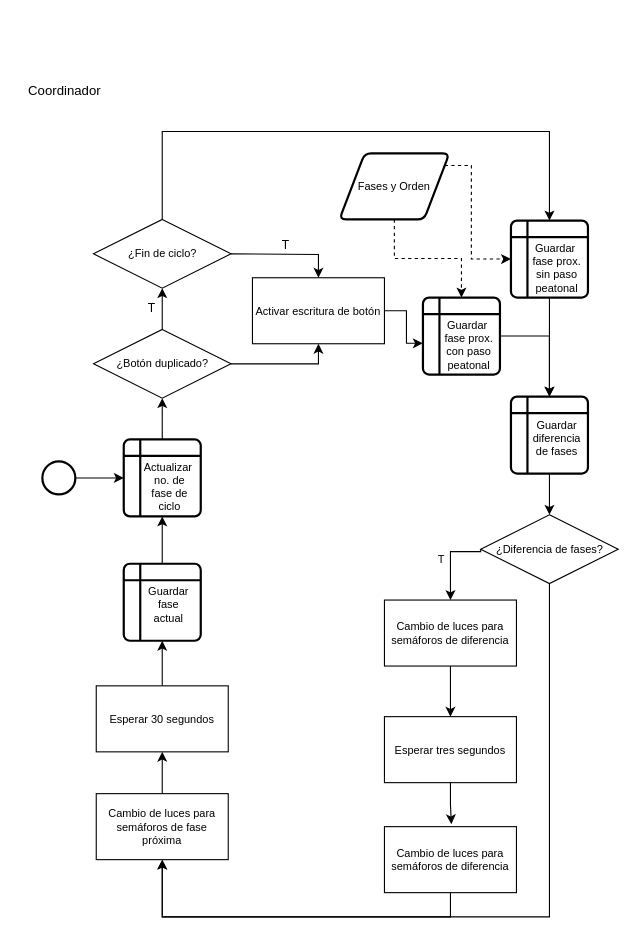
arielarevalo/pi-arquitectura-ensamblador keeps this draw.io diagram as page "Coordinador" (2 of 2) of Design/Resources/diagrama.drawio. Above is the earlier version. Source tidied: cells renumbered, new cells numbered last; positions are measured from the earlier drawing's top-left corner, leaving out a move shared by most shapes. Both pictures are drawn from the tidied source at 110%, with x=0, y=0 at pixel (20, 79).
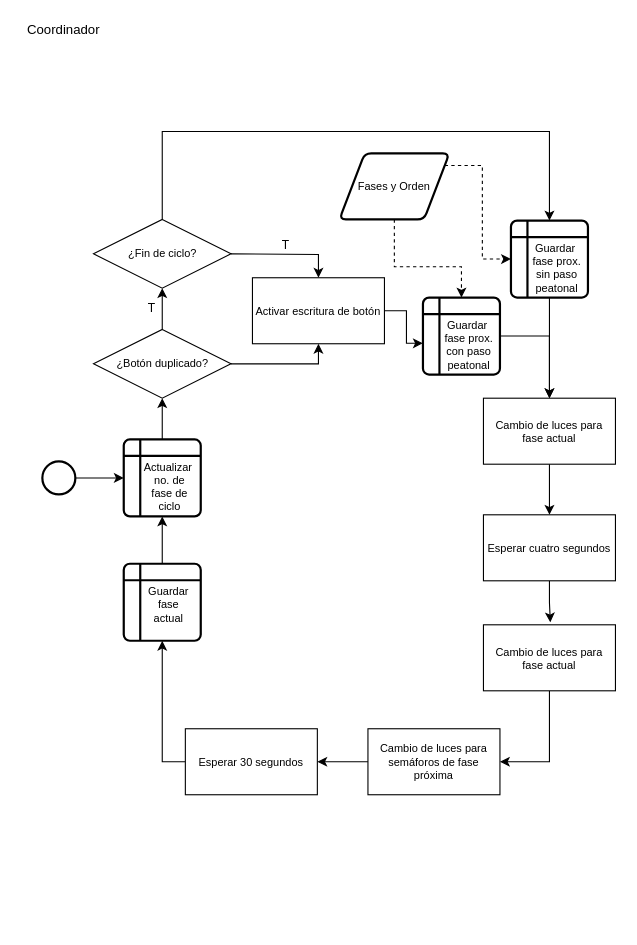
After the change.

Unchanged cells that the change refers to:
```xml
<mxCell id="20" value="Fases y Orden" style="shape=parallelogram;html=1;strokeWidth=2;perimeter=parallelogramPerimeter;whiteSpace=wrap;rounded=1;arcSize=12;size=0.23;fontSize=10;" parent="1" vertex="1">
  <mxGeometry x="290" y="67" width="100" height="60" as="geometry" />
</mxCell>
<mxCell id="24" value="Guardar&lt;br&gt;fase&lt;br&gt;&lt;div&gt;&lt;span&gt;actual&lt;/span&gt;&lt;/div&gt;" style="shape=internalStorage;whiteSpace=wrap;html=1;dx=15;dy=15;rounded=1;arcSize=8;strokeWidth=2;fontSize=10;align=center;verticalAlign=middle;spacingTop=4;spacingLeft=12;" parent="1" vertex="1">
  <mxGeometry x="94" y="440" width="70" height="70" as="geometry" />
</mxCell>
<mxCell id="30" value="&lt;div&gt;Guardar&amp;nbsp;&lt;/div&gt;&lt;div&gt;fase prox.&lt;/div&gt;&lt;div&gt;sin paso&lt;/div&gt;&lt;div&gt;peatonal&lt;/div&gt;" style="shape=internalStorage;whiteSpace=wrap;html=1;dx=15;dy=15;rounded=1;arcSize=8;strokeWidth=2;fontSize=10;align=center;verticalAlign=bottom;spacingRight=5;spacingLeft=19;" parent="1" vertex="1">
  <mxGeometry x="446" y="128" width="70" height="70" as="geometry" />
</mxCell>
<mxCell id="34" value="&lt;div&gt;Guardar&amp;nbsp;&lt;/div&gt;&lt;div&gt;fase prox.&lt;/div&gt;&lt;div&gt;con paso&lt;/div&gt;&lt;div&gt;peatonal&lt;/div&gt;" style="shape=internalStorage;whiteSpace=wrap;html=1;dx=15;dy=15;rounded=1;arcSize=8;strokeWidth=2;fontSize=10;align=center;verticalAlign=bottom;spacingRight=5;spacingLeft=19;" parent="1" vertex="1">
  <mxGeometry x="366" y="198" width="70" height="70" as="geometry" />
</mxCell>
```

The edit, as a diff of the source:
```diff
@@
-    <mxCell id="4" value="T" style="edgeStyle=orthogonalEdgeStyle;rounded=0;jettySize=auto;html=1;fontSize=10;exitX=0;exitY=0.5;exitDx=0;exitDy=0;labelPosition=left;verticalLabelPosition=middle;align=right;verticalAlign=middle;spacingRight=4;entryX=0.5;entryY=0;entryDx=0;entryDy=0;" parent="1" edge="1" source="17" target="12">
-      <mxGeometry relative="1" as="geometry">
-        <Array as="points">
-          <mxPoint x="406" y="429" />
-          <mxPoint x="378" y="429" />
-        </Array>
-      </mxGeometry>
-    </mxCell>
@@
-    <mxCell id="6" value="Esperar tres segundos" style="rounded=0;whiteSpace=wrap;html=1;fontSize=10;" parent="1" vertex="1">
-      <mxGeometry x="331" y="579" width="120" height="60" as="geometry" />
+    <mxCell id="6" value="Esperar cuatro segundos" style="rounded=0;whiteSpace=wrap;html=1;fontSize=10;" parent="1" vertex="1">
+      <mxGeometry x="421" y="395.5" width="120" height="60" as="geometry" />
     </mxCell>
-    <mxCell id="7" style="edgeStyle=orthogonalEdgeStyle;rounded=0;jettySize=auto;html=1;entryX=0.5;entryY=1;entryDx=0;entryDy=0;" parent="1" edge="1" source="8" target="10">
+    <mxCell id="7" style="edgeStyle=orthogonalEdgeStyle;rounded=0;jettySize=auto;html=1;entryX=1;entryY=0.5;entryDx=0;entryDy=0;" parent="1" edge="1" source="8" target="10">
       <mxGeometry relative="1" as="geometry" />
     </mxCell>
     <mxCell id="8" value="&lt;span&gt;Cambio de luces para semáforos de fase próxima&lt;/span&gt;" style="rounded=0;whiteSpace=wrap;html=1;fontSize=10;" parent="1" vertex="1">
-      <mxGeometry x="69" y="649" width="120" height="60" as="geometry" />
+      <mxGeometry x="316" y="590" width="120" height="60" as="geometry" />
     </mxCell>
-    <mxCell id="9" style="edgeStyle=orthogonalEdgeStyle;rounded=0;jettySize=auto;html=1;entryX=0.5;entryY=1;entryDx=0;entryDy=0;fontSize=10;" parent="1" edge="1" source="10" target="24">
+    <mxCell id="9" style="edgeStyle=orthogonalEdgeStyle;rounded=0;jettySize=auto;html=1;entryX=0.5;entryY=1;entryDx=0;entryDy=0;fontSize=10;exitX=0;exitY=0.5;exitDx=0;exitDy=0;" parent="1" edge="1" source="10" target="24">
       <mxGeometry relative="1" as="geometry" />
     </mxCell>
     <mxCell id="10" value="Esperar 30 segundos" style="rounded=0;whiteSpace=wrap;html=1;fontSize=10;" parent="1" vertex="1">
-      <mxGeometry x="69" y="551" width="120" height="60" as="geometry" />
+      <mxGeometry x="150" y="590" width="120" height="60" as="geometry" />
     </mxCell>
@@
-    <mxCell id="12" value="Cambio de luces para semáforos de diferencia" style="rounded=0;whiteSpace=wrap;html=1;fontSize=10;" parent="1" vertex="1">
-      <mxGeometry x="331" y="473" width="120" height="60" as="geometry" />
+    <mxCell id="12" value="Cambio de luces para fase actual" style="rounded=0;whiteSpace=wrap;html=1;fontSize=10;" parent="1" vertex="1">
+      <mxGeometry x="421" y="289.5" width="120" height="60" as="geometry" />
     </mxCell>
@@
-    <mxCell id="16" style="edgeStyle=orthogonalEdgeStyle;rounded=0;jettySize=auto;html=1;entryX=0.5;entryY=1;entryDx=0;entryDy=0;" parent="1" edge="1" source="17" target="8">
-      <mxGeometry relative="1" as="geometry">
-        <Array as="points">
-          <mxPoint x="481" y="761" />
-          <mxPoint x="129" y="761" />
-        </Array>
-      </mxGeometry>
-    </mxCell>
-    <mxCell id="17" value="¿Diferencia de fases?" style="rhombus;whiteSpace=wrap;html=1;fontSize=10;rounded=0;" parent="1" vertex="1">
-      <mxGeometry x="418.5" y="395.5" width="125" height="62.5" as="geometry" />
-    </mxCell>
     <mxCell id="18" style="edgeStyle=orthogonalEdgeStyle;rounded=0;jettySize=auto;html=1;dashed=1;entryX=0;entryY=0.5;entryDx=0;entryDy=0;" parent="1" edge="1" source="20" target="30">
       <mxGeometry relative="1" as="geometry">
         <Array as="points">
-          <mxPoint x="410" y="78" />
-          <mxPoint x="410" y="163" />
+          <mxPoint x="420" y="78" />
+          <mxPoint x="420" y="163" />
         </Array>
       </mxGeometry>
     </mxCell>
     <mxCell id="19" style="edgeStyle=orthogonalEdgeStyle;rounded=0;jettySize=auto;html=1;exitX=0.5;exitY=1;exitDx=0;exitDy=0;dashed=1;entryX=0.5;entryY=0;entryDx=0;entryDy=0;" parent="1" edge="1" source="20" target="34">
-      <mxGeometry relative="1" as="geometry" />
+      <mxGeometry relative="1" as="geometry">
+        <Array as="points">
+          <mxPoint x="340" y="170" />
+          <mxPoint x="401" y="170" />
+        </Array>
+      </mxGeometry>
     </mxCell>
@@
-    <mxCell id="21" style="edgeStyle=orthogonalEdgeStyle;rounded=0;jettySize=auto;html=1;entryX=0.5;entryY=0;entryDx=0;entryDy=0;" parent="1" edge="1" source="22" target="17">
-      <mxGeometry relative="1" as="geometry" />
-    </mxCell>
-    <mxCell id="22" value="&lt;div style=&quot;&quot;&gt;Guardar&lt;/div&gt;&lt;div style=&quot;&quot;&gt;diferencia&lt;/div&gt;&lt;div style=&quot;&quot;&gt;de fases&lt;/div&gt;" style="shape=internalStorage;whiteSpace=wrap;html=1;dx=15;dy=15;rounded=1;arcSize=8;strokeWidth=2;fontSize=10;align=center;spacingLeft=14;spacingTop=6;strokeColor=#000000;" parent="1" vertex="1">
-      <mxGeometry x="446" y="288" width="70" height="70" as="geometry" />
-    </mxCell>
@@
-    <mxCell id="25" style="edgeStyle=orthogonalEdgeStyle;rounded=0;jettySize=auto;html=1;entryX=0.5;entryY=1;entryDx=0;entryDy=0;" parent="1" edge="1" source="26" target="8">
+    <mxCell id="25" style="edgeStyle=orthogonalEdgeStyle;rounded=0;jettySize=auto;html=1;entryX=1;entryY=0.5;entryDx=0;entryDy=0;exitX=0.5;exitY=1;exitDx=0;exitDy=0;" parent="1" edge="1" source="26" target="8">
       <mxGeometry relative="1" as="geometry">
         <Array as="points">
-          <mxPoint x="391" y="761" />
-          <mxPoint x="129" y="761" />
+          <mxPoint x="481" y="620" />
         </Array>
       </mxGeometry>
     </mxCell>
-    <mxCell id="26" value="Cambio de luces para semáforos de diferencia" style="rounded=0;whiteSpace=wrap;html=1;fontSize=10;" parent="1" vertex="1">
-      <mxGeometry x="331" y="679" width="120" height="60" as="geometry" />
+    <mxCell id="26" value="Cambio de luces para fase actual" style="rounded=0;whiteSpace=wrap;html=1;fontSize=10;" parent="1" vertex="1">
+      <mxGeometry x="421" y="495.5" width="120" height="60" as="geometry" />
     </mxCell>
     <mxCell id="27" value="Coordinador" style="text;html=1;align=center;verticalAlign=middle;strokeColor=none;fillColor=none;" parent="1" vertex="1">
-      <mxGeometry width="80" height="20" as="geometry" />
+      <mxGeometry x="-1" y="-55" width="80" height="20" as="geometry" />
     </mxCell>
@@
-    <mxCell id="29" style="edgeStyle=orthogonalEdgeStyle;rounded=0;jettySize=auto;html=1;entryX=0.5;entryY=0;entryDx=0;entryDy=0;" parent="1" edge="1" source="30" target="22">
+    <mxCell id="29" style="edgeStyle=orthogonalEdgeStyle;rounded=0;jettySize=auto;html=1;entryX=0.5;entryY=0;entryDx=0;entryDy=0;" parent="1" edge="1" source="30" target="12">
       <mxGeometry relative="1" as="geometry" />
     </mxCell>
@@
-    <mxCell id="33" style="edgeStyle=orthogonalEdgeStyle;rounded=0;jettySize=auto;html=1;entryX=0.5;entryY=0;entryDx=0;entryDy=0;" parent="1" edge="1" source="34" target="22">
+    <mxCell id="33" style="edgeStyle=orthogonalEdgeStyle;rounded=0;jettySize=auto;html=1;entryX=0.5;entryY=0;entryDx=0;entryDy=0;exitX=1;exitY=0.5;exitDx=0;exitDy=0;" parent="1" edge="1" source="34" target="12">
       <mxGeometry relative="1" as="geometry" />
     </mxCell>
```
